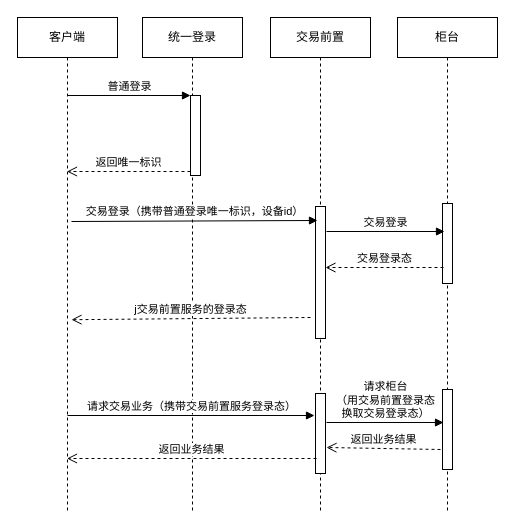
This is login.drawio from WindRain20140210/files-ArchitectureDiagram, a draw.io file, before an edit. Source tidied: cells renumbered, new cells numbered last; positions are measured from the earlier drawing's top-left corner, leaving out a move shared by most shapes. Both pictures are drawn from the tidied source at 100%, with x=0, y=0 at pixel (17, 17).
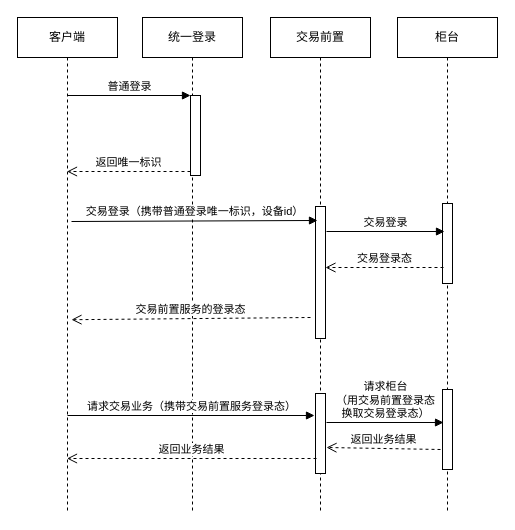
The same page after the edit.

The change refers to these unchanged cells:
```xml
<mxCell id="2" value="客户端" style="shape=umlLifeline;perimeter=lifelinePerimeter;whiteSpace=wrap;html=1;outlineConnect=0;" parent="1" vertex="1">
  <mxGeometry width="100" height="493" as="geometry" />
</mxCell>
```

What changed in the source:
```diff
@@
-    <mxCell id="16" value="j交易前置服务的登录态" style="html=1;verticalAlign=bottom;endArrow=open;dashed=1;endSize=8;entryX=0.54;entryY=0.613;entryDx=0;entryDy=0;entryPerimeter=0;" parent="1" edge="1" target="2">
+    <mxCell id="16" value="交易前置服务的登录态" style="html=1;verticalAlign=bottom;endArrow=open;dashed=1;endSize=8;entryX=0.54;entryY=0.613;entryDx=0;entryDy=0;entryPerimeter=0;" parent="1" edge="1" target="2">
       <mxGeometry relative="1" as="geometry">
         <mxPoint x="293" y="300" as="sourcePoint" />
       </mxGeometry>
     </mxCell>
```
